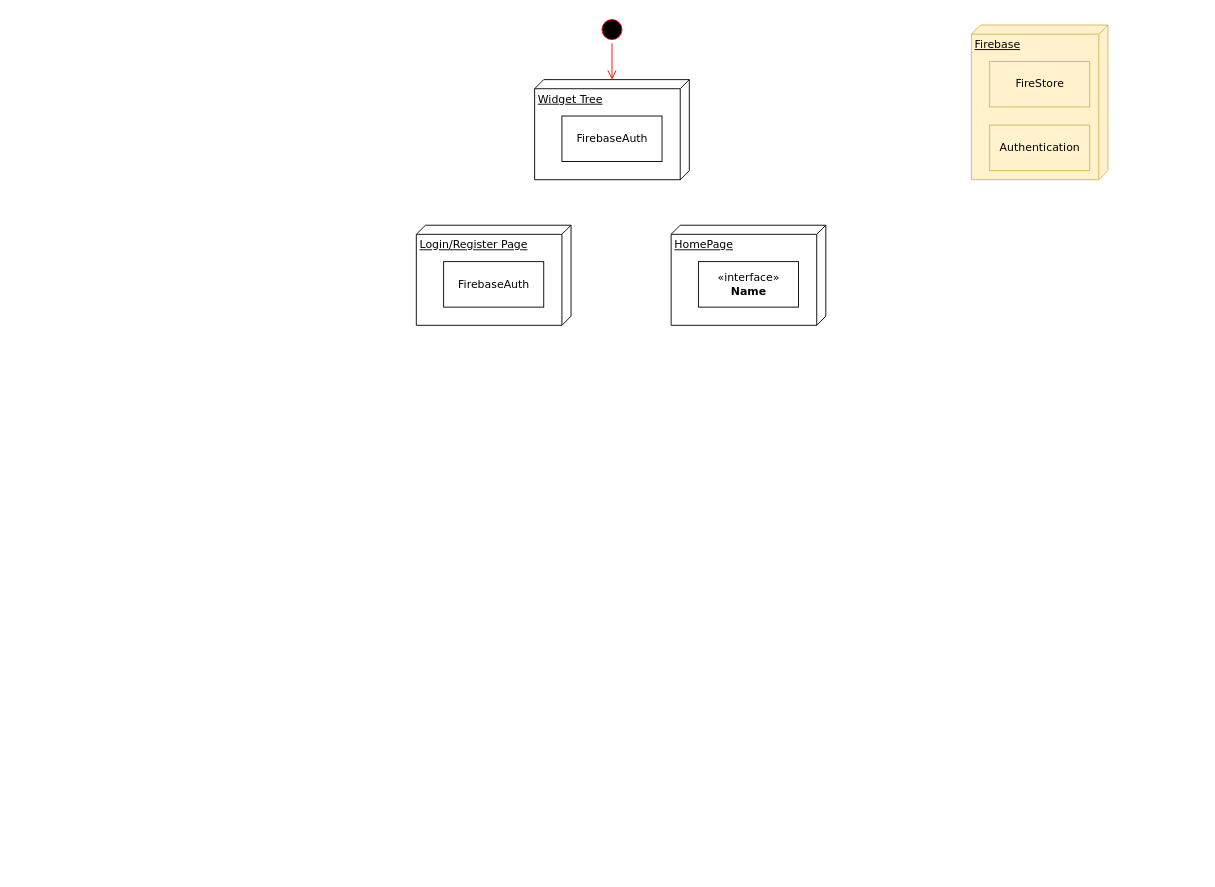
Above: UML Diagramme/FlutterApp.drawio in PriXss/UMLDiagramme (draw.io), before the change. Source tidied: cells renumbered, new cells numbered last; positions are measured from the earlier drawing's top-left corner, leaving out a move shared by most shapes. Both pictures are drawn from the tidied source at 91%, with x=0, y=0 at pixel (416, 15).
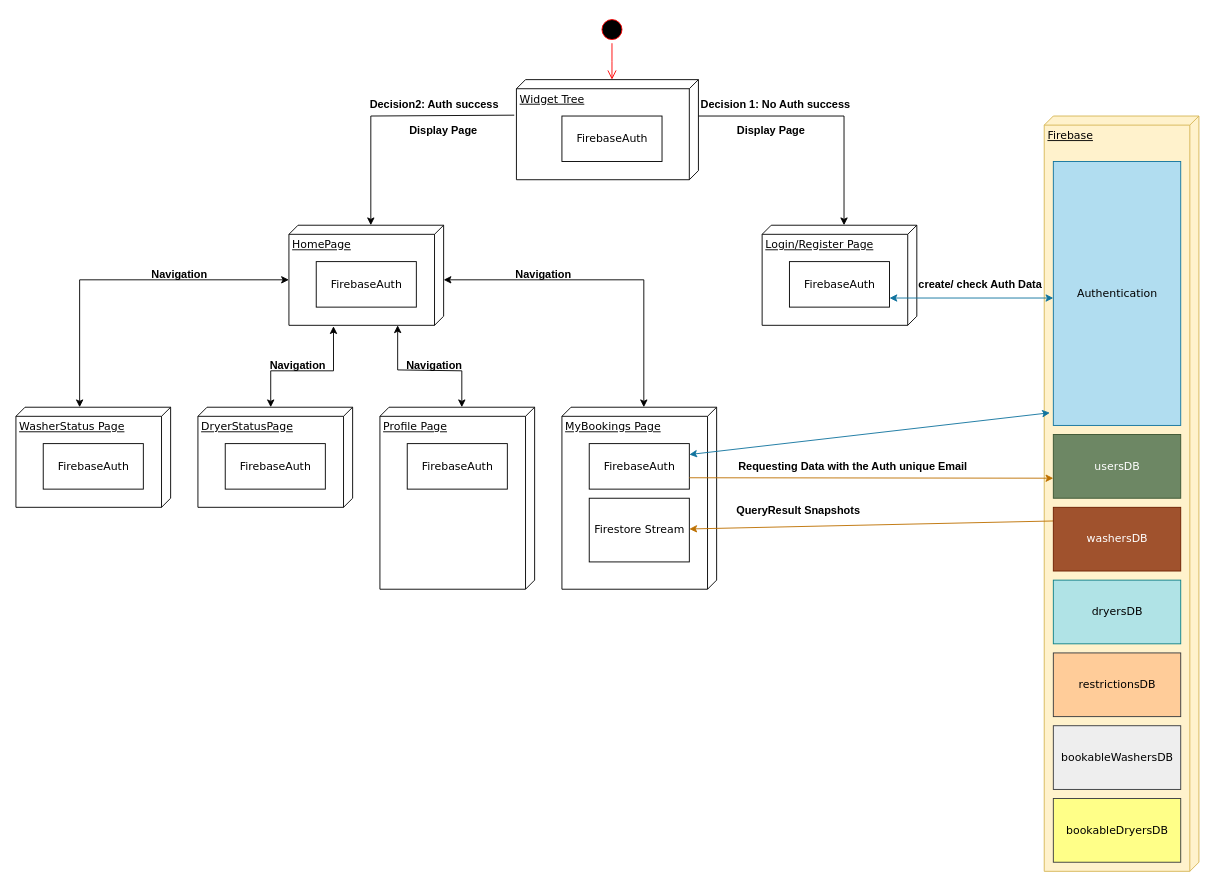
Above is the later version.

Diff of the diagram source:
```diff
@@
     <mxCell id="2" value="Login/Register Page" style="verticalAlign=top;align=left;spacingTop=8;spacingLeft=2;spacingRight=12;shape=cube;size=10;direction=south;fontStyle=4;html=1;rounded=0;shadow=0;comic=0;labelBackgroundColor=none;strokeWidth=1;fontFamily=Verdana;fontSize=12;" parent="1" vertex="1">
-      <mxGeometry y="230" width="170" height="110" as="geometry" />
+      <mxGeometry x="380" y="230" width="170" height="110" as="geometry" />
     </mxCell>
     <mxCell id="3" value="FirebaseAuth&lt;br&gt;" style="html=1;rounded=0;shadow=0;comic=0;labelBackgroundColor=none;strokeWidth=1;fontFamily=Verdana;fontSize=12;align=center;" parent="1" vertex="1">
-      <mxGeometry x="30" y="270" width="110" height="50" as="geometry" />
+      <mxGeometry x="410" y="270" width="110" height="50" as="geometry" />
     </mxCell>
     <mxCell id="4" value="HomePage" style="verticalAlign=top;align=left;spacingTop=8;spacingLeft=2;spacingRight=12;shape=cube;size=10;direction=south;fontStyle=4;html=1;rounded=0;shadow=0;comic=0;labelBackgroundColor=none;strokeWidth=1;fontFamily=Verdana;fontSize=12;" parent="1" vertex="1">
-      <mxGeometry x="280" y="230" width="170" height="110" as="geometry" />
+      <mxGeometry x="-140" y="230" width="170" height="110" as="geometry" />
     </mxCell>
-    <mxCell id="5" value="&amp;laquo;interface&amp;raquo;&lt;br&gt;&lt;b&gt;Name&lt;/b&gt;" style="html=1;rounded=0;shadow=0;comic=0;labelBackgroundColor=none;strokeWidth=1;fontFamily=Verdana;fontSize=12;align=center;" parent="1" vertex="1">
-      <mxGeometry x="310" y="270" width="110" height="50" as="geometry" />
+    <mxCell id="5" value="FirebaseAuth" style="html=1;rounded=0;shadow=0;comic=0;labelBackgroundColor=none;strokeWidth=1;fontFamily=Verdana;fontSize=12;align=center;" parent="1" vertex="1">
+      <mxGeometry x="-110" y="270" width="110" height="50" as="geometry" />
     </mxCell>
     <mxCell id="6" value="Widget Tree" style="verticalAlign=top;align=left;spacingTop=8;spacingLeft=2;spacingRight=12;shape=cube;size=10;direction=south;fontStyle=4;html=1;rounded=0;shadow=0;comic=0;labelBackgroundColor=none;strokeWidth=1;fontFamily=Verdana;fontSize=12;" parent="1" vertex="1">
-      <mxGeometry x="130" y="70" width="170" height="110" as="geometry" />
+      <mxGeometry x="110" y="70" width="200" height="110" as="geometry" />
     </mxCell>
@@
     <mxCell id="10" value="Firebase" style="verticalAlign=top;align=left;spacingTop=8;spacingLeft=2;spacingRight=12;shape=cube;size=10;direction=south;fontStyle=4;html=1;rounded=0;shadow=0;comic=0;labelBackgroundColor=none;strokeWidth=1;fontFamily=Verdana;fontSize=12;fillColor=#fff2cc;strokeColor=#d6b656;" parent="1" vertex="1">
-      <mxGeometry x="610" y="10" width="150" height="170" as="geometry" />
+      <mxGeometry x="690" y="110" width="170" height="830" as="geometry" />
     </mxCell>
-    <mxCell id="11" value="FireStore" style="html=1;rounded=0;shadow=0;comic=0;labelBackgroundColor=none;strokeWidth=1;fontFamily=Verdana;fontSize=12;align=center;fillColor=#fff2cc;strokeColor=#d6b656;" parent="1" vertex="1">
-      <mxGeometry x="630" y="50" width="110" height="50" as="geometry" />
-    </mxCell>
-    <mxCell id="12" value="Authentication" style="html=1;rounded=0;shadow=0;comic=0;labelBackgroundColor=none;strokeWidth=1;fontFamily=Verdana;fontSize=12;align=center;fillColor=#fff2cc;strokeColor=#d6b656;" parent="1" vertex="1">
-      <mxGeometry x="630" y="120" width="110" height="50" as="geometry" />
+    <mxCell id="12" value="Authentication" style="html=1;rounded=0;shadow=0;comic=0;labelBackgroundColor=none;strokeWidth=1;fontFamily=Verdana;fontSize=12;align=center;fillColor=#b1ddf0;strokeColor=#10739e;" parent="1" vertex="1">
+      <mxGeometry x="700" y="160" width="140" height="290" as="geometry" />
     </mxCell>
+    <mxCell id="13" style="endArrow=classic;html=1;rounded=0;" parent="1" edge="1">
+      <mxGeometry relative="1" as="geometry">
+        <mxPoint x="310" y="110" as="sourcePoint" />
+        <mxPoint x="470" y="230" as="targetPoint" />
+        <Array as="points">
+          <mxPoint x="470" y="110" />
+        </Array>
+      </mxGeometry>
+    </mxCell>
+    <mxCell id="14" value="Decision 1: No Auth success" style="text;align=center;fontStyle=1;verticalAlign=middle;spacingLeft=3;spacingRight=3;strokeColor=none;" parent="1" vertex="1">
+      <mxGeometry x="320" y="84" width="150" height="26" as="geometry" />
+    </mxCell>
+    <mxCell id="15" style="endArrow=classic;html=1;rounded=0;exitX=0.355;exitY=1.012;exitDx=0;exitDy=0;exitPerimeter=0;" parent="1" edge="1" source="6">
+      <mxGeometry x="-1" y="-261" relative="1" as="geometry">
+        <mxPoint x="-50" y="230" as="targetPoint" />
+        <Array as="points">
+          <mxPoint x="-50" y="110" />
+        </Array>
+        <mxPoint x="-260" y="-240" as="offset" />
+      </mxGeometry>
+    </mxCell>
+    <mxCell id="16" value="Decision2: Auth success" style="text;align=center;fontStyle=1;verticalAlign=middle;spacingLeft=3;spacingRight=3;strokeColor=none;" parent="1" vertex="1">
+      <mxGeometry x="-50" y="84" width="140" height="26" as="geometry" />
+    </mxCell>
+    <mxCell id="17" style="endArrow=classic;startArrow=classic;html=1;rounded=0;fillColor=#b1ddf0;strokeColor=#10739e;" parent="1" edge="1">
+      <mxGeometry relative="1" as="geometry">
+        <mxPoint x="520" y="310" as="sourcePoint" />
+        <mxPoint x="700" y="310" as="targetPoint" />
+      </mxGeometry>
+    </mxCell>
+    <mxCell id="18" value="create/ check Auth Data" style="text;align=center;fontStyle=1;verticalAlign=middle;spacingLeft=3;spacingRight=3;strokeColor=none;" parent="1" vertex="1">
+      <mxGeometry x="560" y="282" width="120" height="26" as="geometry" />
+    </mxCell>
+    <mxCell id="19" value="Display Page" style="text;align=center;fontStyle=1;verticalAlign=middle;spacingLeft=3;spacingRight=3;strokeColor=none;" parent="1" vertex="1">
+      <mxGeometry x="310" y="112" width="160" height="26" as="geometry" />
+    </mxCell>
+    <mxCell id="20" value="Display Page" style="text;align=center;fontStyle=1;verticalAlign=middle;spacingLeft=3;spacingRight=3;strokeColor=none;" parent="1" vertex="1">
+      <mxGeometry x="-50" y="112" width="160" height="26" as="geometry" />
+    </mxCell>
+    <mxCell id="21" value="WasherStatus Page" style="verticalAlign=top;align=left;spacingTop=8;spacingLeft=2;spacingRight=12;shape=cube;size=10;direction=south;fontStyle=4;html=1;rounded=0;shadow=0;comic=0;labelBackgroundColor=none;strokeWidth=1;fontFamily=Verdana;fontSize=12;" parent="1" vertex="1">
+      <mxGeometry x="-440" y="430" width="170" height="110" as="geometry" />
+    </mxCell>
+    <mxCell id="22" value="FirebaseAuth" style="html=1;rounded=0;shadow=0;comic=0;labelBackgroundColor=none;strokeWidth=1;fontFamily=Verdana;fontSize=12;align=center;" parent="1" vertex="1">
+      <mxGeometry x="-410" y="470" width="110" height="50" as="geometry" />
+    </mxCell>
+    <mxCell id="23" value="DryerStatusPage" style="verticalAlign=top;align=left;spacingTop=8;spacingLeft=2;spacingRight=12;shape=cube;size=10;direction=south;fontStyle=4;html=1;rounded=0;shadow=0;comic=0;labelBackgroundColor=none;strokeWidth=1;fontFamily=Verdana;fontSize=12;" parent="1" vertex="1">
+      <mxGeometry x="-240" y="430" width="170" height="110" as="geometry" />
+    </mxCell>
+    <mxCell id="24" value="FirebaseAuth" style="html=1;rounded=0;shadow=0;comic=0;labelBackgroundColor=none;strokeWidth=1;fontFamily=Verdana;fontSize=12;align=center;" parent="1" vertex="1">
+      <mxGeometry x="-210" y="470" width="110" height="50" as="geometry" />
+    </mxCell>
+    <mxCell id="25" value="Profile Page" style="verticalAlign=top;align=left;spacingTop=8;spacingLeft=2;spacingRight=12;shape=cube;size=10;direction=south;fontStyle=4;html=1;rounded=0;shadow=0;comic=0;labelBackgroundColor=none;strokeWidth=1;fontFamily=Verdana;fontSize=12;" parent="1" vertex="1">
+      <mxGeometry x="-40" y="430" width="170" height="200" as="geometry" />
+    </mxCell>
+    <mxCell id="26" value="FirebaseAuth" style="html=1;rounded=0;shadow=0;comic=0;labelBackgroundColor=none;strokeWidth=1;fontFamily=Verdana;fontSize=12;align=center;" parent="1" vertex="1">
+      <mxGeometry x="-10" y="470" width="110" height="50" as="geometry" />
+    </mxCell>
+    <mxCell id="27" value="MyBookings Page" style="verticalAlign=top;align=left;spacingTop=8;spacingLeft=2;spacingRight=12;shape=cube;size=10;direction=south;fontStyle=4;html=1;rounded=0;shadow=0;comic=0;labelBackgroundColor=none;strokeWidth=1;fontFamily=Verdana;fontSize=12;" parent="1" vertex="1">
+      <mxGeometry x="160" y="430" width="170" height="200" as="geometry" />
+    </mxCell>
+    <mxCell id="28" value="FirebaseAuth" style="html=1;rounded=0;shadow=0;comic=0;labelBackgroundColor=none;strokeWidth=1;fontFamily=Verdana;fontSize=12;align=center;" parent="1" vertex="1">
+      <mxGeometry x="190" y="470" width="110" height="50" as="geometry" />
+    </mxCell>
+    <mxCell id="29" style="endArrow=classic;startArrow=classic;html=1;rounded=0;entryX=0;entryY=0;entryDx=60;entryDy=170;entryPerimeter=0;" parent="1" edge="1" target="4">
+      <mxGeometry relative="1" as="geometry">
+        <mxPoint x="-370" y="430" as="sourcePoint" />
+        <Array as="points">
+          <mxPoint x="-370" y="290" />
+        </Array>
+      </mxGeometry>
+    </mxCell>
+    <mxCell id="30" style="endArrow=classic;startArrow=classic;html=1;rounded=0;exitX=0;exitY=0;exitDx=0;exitDy=80;exitPerimeter=0;" parent="1" edge="1" source="27">
+      <mxGeometry relative="1" as="geometry">
+        <mxPoint x="30" y="290" as="targetPoint" />
+        <Array as="points">
+          <mxPoint x="250" y="290" />
+        </Array>
+      </mxGeometry>
+    </mxCell>
+    <mxCell id="31" style="endArrow=classic;startArrow=classic;html=1;rounded=0;entryX=1.009;entryY=0.712;entryDx=0;entryDy=0;entryPerimeter=0;" parent="1" edge="1" target="4">
+      <mxGeometry relative="1" as="geometry">
+        <mxPoint x="-160" y="430" as="sourcePoint" />
+        <Array as="points">
+          <mxPoint x="-160" y="390" />
+          <mxPoint x="-91" y="390" />
+        </Array>
+      </mxGeometry>
+    </mxCell>
+    <mxCell id="32" style="endArrow=classic;startArrow=classic;html=1;rounded=0;entryX=1.009;entryY=0.712;entryDx=0;entryDy=0;entryPerimeter=0;exitX=0;exitY=0;exitDx=0;exitDy=80;exitPerimeter=0;" parent="1" edge="1" source="25">
+      <mxGeometry relative="1" as="geometry">
+        <mxPoint x="-20.5" y="340" as="targetPoint" />
+        <Array as="points">
+          <mxPoint x="50" y="390" />
+          <mxPoint x="-20.5" y="389" />
+        </Array>
+      </mxGeometry>
+    </mxCell>
+    <mxCell id="33" value="Navigation" style="text;align=center;fontStyle=1;verticalAlign=middle;spacingLeft=3;spacingRight=3;strokeColor=none;" parent="1" vertex="1">
+      <mxGeometry x="-210" y="370" width="160" height="26" as="geometry" />
+    </mxCell>
+    <mxCell id="34" value="Navigation" style="text;align=center;fontStyle=1;verticalAlign=middle;spacingLeft=3;spacingRight=3;strokeColor=none;" parent="1" vertex="1">
+      <mxGeometry x="-60" y="370" width="160" height="26" as="geometry" />
+    </mxCell>
+    <mxCell id="35" value="Navigation" style="text;align=center;fontStyle=1;verticalAlign=middle;spacingLeft=3;spacingRight=3;strokeColor=none;" parent="1" vertex="1">
+      <mxGeometry x="-340" y="270" width="160" height="26" as="geometry" />
+    </mxCell>
+    <mxCell id="36" value="Navigation" style="text;align=center;fontStyle=1;verticalAlign=middle;spacingLeft=3;spacingRight=3;strokeColor=none;" parent="1" vertex="1">
+      <mxGeometry x="60" y="270" width="160" height="26" as="geometry" />
+    </mxCell>
+    <mxCell id="37" value="Firestore Stream&lt;br&gt;" style="html=1;rounded=0;shadow=0;comic=0;labelBackgroundColor=none;strokeWidth=1;fontFamily=Verdana;fontSize=12;align=center;" parent="1" vertex="1">
+      <mxGeometry x="190" y="530" width="110" height="70" as="geometry" />
+    </mxCell>
+    <mxCell id="38" style="endArrow=classic;html=1;rounded=0;strokeWidth=1;fillColor=#f0a30a;strokeColor=#BD7000;" parent="1" edge="1" target="37">
+      <mxGeometry relative="1" as="geometry">
+        <mxPoint x="700" y="555" as="sourcePoint" />
+      </mxGeometry>
+    </mxCell>
+    <mxCell id="39" value="QueryResult Snapshots" style="text;align=center;fontStyle=1;verticalAlign=middle;spacingLeft=3;spacingRight=3;strokeColor=none;" parent="1" vertex="1">
+      <mxGeometry x="340" y="530" width="160" height="26" as="geometry" />
+    </mxCell>
+    <mxCell id="40" style="endArrow=classic;html=1;rounded=0;strokeWidth=1;fillColor=#f0a30a;strokeColor=#BD7000;exitX=1;exitY=0.75;exitDx=0;exitDy=0;" parent="1" edge="1" source="28">
+      <mxGeometry relative="1" as="geometry">
+        <mxPoint x="700" y="508" as="targetPoint" />
+      </mxGeometry>
+    </mxCell>
+    <mxCell id="41" value="Requesting Data with the Auth unique Email" style="text;align=center;fontStyle=1;verticalAlign=middle;spacingLeft=3;spacingRight=3;strokeColor=none;" parent="1" vertex="1">
+      <mxGeometry x="400" y="482" width="160" height="26" as="geometry" />
+    </mxCell>
+    <mxCell id="42" style="endArrow=classic;startArrow=classic;html=1;rounded=0;strokeWidth=1;entryX=-0.027;entryY=0.952;entryDx=0;entryDy=0;entryPerimeter=0;fillColor=#b1ddf0;strokeColor=#10739e;" parent="1" edge="1" target="12">
+      <mxGeometry relative="1" as="geometry">
+        <mxPoint x="300" y="482" as="sourcePoint" />
+      </mxGeometry>
+    </mxCell>
+    <mxCell id="43" value="usersDB" style="html=1;rounded=0;shadow=0;comic=0;labelBackgroundColor=none;strokeWidth=1;fontFamily=Verdana;fontSize=12;align=center;fillColor=#6d8764;strokeColor=#3A5431;fontColor=#ffffff;" parent="1" vertex="1">
+      <mxGeometry x="700" y="460" width="140" height="70" as="geometry" />
+    </mxCell>
+    <mxCell id="44" value="washersDB" style="html=1;rounded=0;shadow=0;comic=0;labelBackgroundColor=none;strokeWidth=1;fontFamily=Verdana;fontSize=12;align=center;fillColor=#a0522d;strokeColor=#6D1F00;fontColor=#ffffff;" parent="1" vertex="1">
+      <mxGeometry x="700" y="540" width="140" height="70" as="geometry" />
+    </mxCell>
+    <mxCell id="45" value="dryersDB" style="html=1;rounded=0;shadow=0;comic=0;labelBackgroundColor=none;strokeWidth=1;fontFamily=Verdana;fontSize=12;align=center;fillColor=#b0e3e6;strokeColor=#0e8088;" parent="1" vertex="1">
+      <mxGeometry x="700" y="620" width="140" height="70" as="geometry" />
+    </mxCell>
+    <mxCell id="46" value="restrictionsDB" style="html=1;rounded=0;shadow=0;comic=0;labelBackgroundColor=none;strokeWidth=1;fontFamily=Verdana;fontSize=12;align=center;fillColor=#ffcc99;strokeColor=#36393d;" parent="1" vertex="1">
+      <mxGeometry x="700" y="700" width="140" height="70" as="geometry" />
+    </mxCell>
+    <mxCell id="47" value="bookableWashersDB" style="html=1;rounded=0;shadow=0;comic=0;labelBackgroundColor=none;strokeWidth=1;fontFamily=Verdana;fontSize=12;align=center;fillColor=#eeeeee;strokeColor=#36393d;" parent="1" vertex="1">
+      <mxGeometry x="700" y="780" width="140" height="70" as="geometry" />
+    </mxCell>
+    <mxCell id="48" value="bookableDryersDB" style="html=1;rounded=0;shadow=0;comic=0;labelBackgroundColor=none;strokeWidth=1;fontFamily=Verdana;fontSize=12;align=center;fillColor=#ffff88;strokeColor=#36393d;" parent="1" vertex="1">
+      <mxGeometry x="700" y="860" width="140" height="70" as="geometry" />
+    </mxCell>
```
